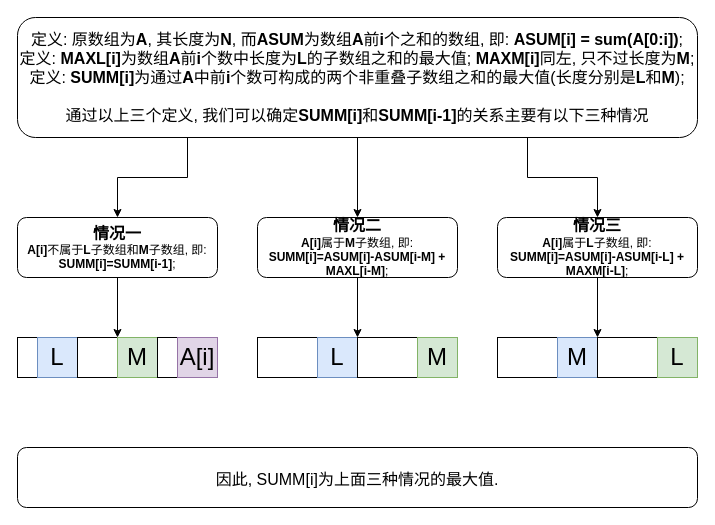
The draw.io diagram leetcode/001001_001100/001031_maximum_sum_of_two_non_overlapping_subarrays/maximum_sum_of_two_non_overlapping_subarrays.drawio in winnochan/oj, before the edit. Source tidied: cells renumbered, new cells numbered last; positions are measured from the earlier drawing's top-left corner, leaving out a move shared by most shapes. Both pictures are drawn from the tidied source at 100%, with x=0, y=0 at pixel (17, 17).
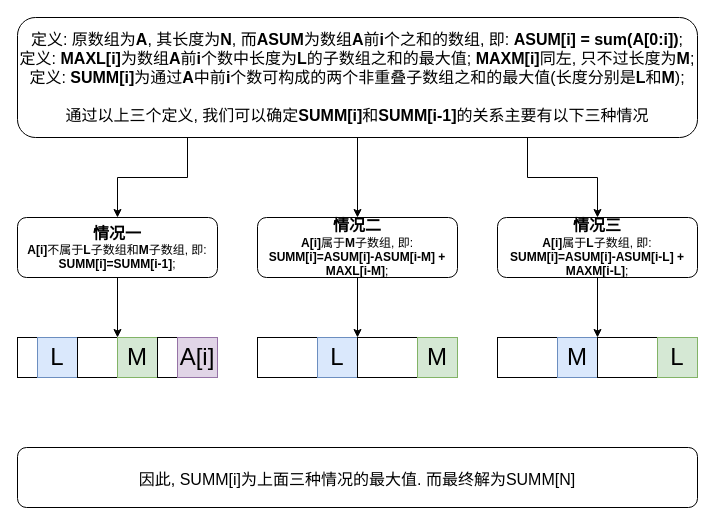
The same page after the edit.

Change to the diagram source:
```diff
@@
-    <mxCell id="26" value="&lt;span style=&quot;font-size: 16px&quot;&gt;因此, SUMM[i]为上面三种情况的最大值.&lt;/span&gt;" style="rounded=1;whiteSpace=wrap;html=1;fontSize=24;" parent="1" vertex="1">
+    <mxCell id="26" value="&lt;span style=&quot;font-size: 16px&quot;&gt;因此, SUMM[i]为上面三种情况的最大值. 而最终解为SUMM[N]&lt;/span&gt;" style="rounded=1;whiteSpace=wrap;html=1;fontSize=24;" parent="1" vertex="1">
       <mxGeometry y="430" width="680" height="60" as="geometry" />
     </mxCell>
```
